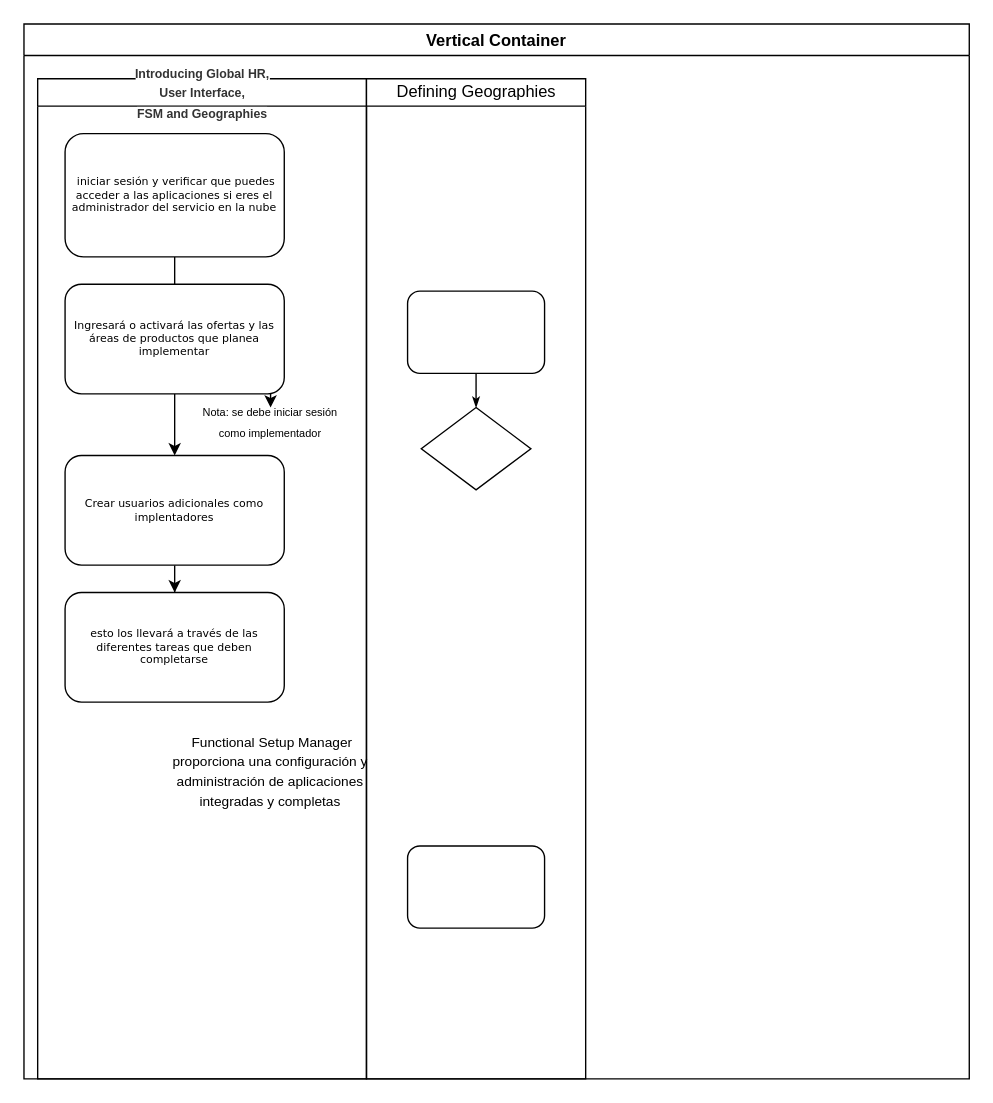
This is page "Page-2" (2 of 4) of Untitled Diagram.drawio from anaelymonroy/node-nov, a draw.io file, before an edit. Source tidied: cells renumbered, new cells numbered last; positions are measured from the earlier drawing's top-left corner, leaving out a move shared by most shapes. Both pictures are drawn from the tidied source at 137%, with x=0, y=0 at pixel (23, 23).
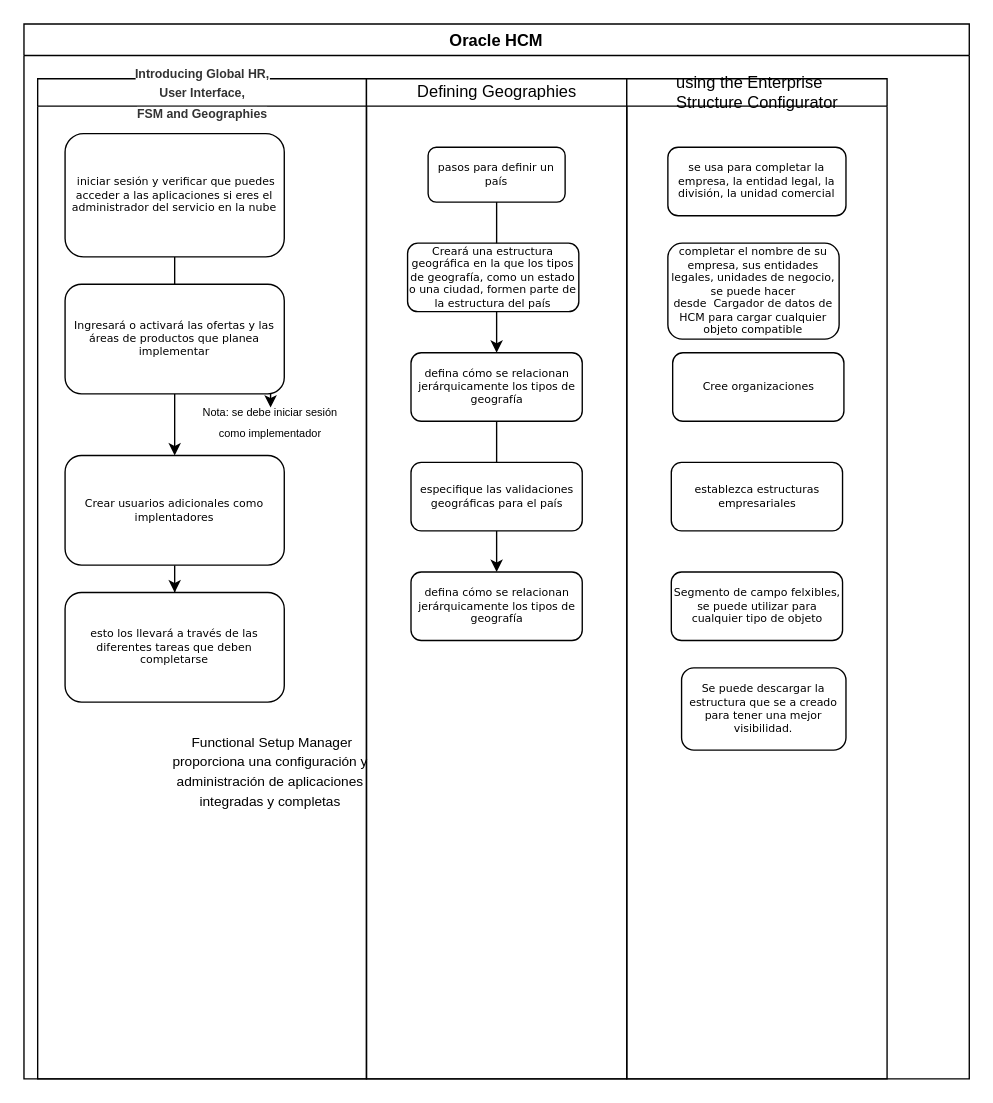
Above is the later version.

What changed in the source:
```diff
@@
-    <mxCell id="2" value="Vertical Container" style="swimlane;" parent="1" vertex="1">
+    <mxCell id="2" value="Oracle HCM" style="swimlane;" parent="1" vertex="1">
       <mxGeometry width="690" height="770" as="geometry" />
     </mxCell>
@@
     <mxCell id="13" value="&lt;span style=&quot;font-weight: 400 ; text-align: left&quot;&gt;Defining Geographies&lt;/span&gt;" style="swimlane;html=1;startSize=20;" parent="2" vertex="1">
-      <mxGeometry x="250" y="40" width="160" height="730" as="geometry" />
+      <mxGeometry x="250" y="40" width="190" height="730" as="geometry" />
     </mxCell>
+    <mxCell id="18" style="edgeStyle=orthogonalEdgeStyle;rounded=0;jettySize=auto;html=1;" parent="13" edge="1" source="14" target="21">
+      <mxGeometry relative="1" as="geometry" />
+    </mxCell>
-    <mxCell id="14" style="rounded=1;whiteSpace=wrap;html=1;shadow=0;labelBackgroundColor=none;strokeWidth=1;fontFamily=Verdana;fontSize=8;align=center;" parent="13" vertex="1">
-      <mxGeometry x="30" y="155" width="100" height="60" as="geometry" />
+    <mxCell id="14" value="pasos para definir un país" style="rounded=1;whiteSpace=wrap;html=1;shadow=0;labelBackgroundColor=none;strokeWidth=1;fontFamily=Verdana;fontSize=8;align=center;" parent="13" vertex="1">
+      <mxGeometry x="45" y="50" width="100" height="40" as="geometry" />
     </mxCell>
-    <mxCell id="15" style="rhombus;whiteSpace=wrap;html=1;rounded=0;shadow=0;labelBackgroundColor=none;strokeWidth=1;fontFamily=Verdana;fontSize=8;align=center;" parent="13" vertex="1">
-      <mxGeometry x="40" y="240" width="80" height="60" as="geometry" />
-    </mxCell>
-    <mxCell id="16" style="rounded=1;whiteSpace=wrap;html=1;shadow=0;labelBackgroundColor=none;strokeWidth=1;fontFamily=Verdana;fontSize=8;align=center;" parent="13" vertex="1">
-      <mxGeometry x="30" y="560" width="100" height="60" as="geometry" />
-    </mxCell>
-    <mxCell id="17" style="edgeStyle=orthogonalEdgeStyle;rounded=1;html=1;labelBackgroundColor=none;startArrow=none;startFill=0;startSize=5;endArrow=classicThin;endFill=1;endSize=5;jettySize=auto;strokeWidth=1;fontFamily=Verdana;fontSize=8;" parent="13" edge="1" source="14" target="15">
-      <mxGeometry relative="1" as="geometry" />
-    </mxCell>
+    <mxCell id="19" value="Creará una estructura geográfica en la que los tipos de geografía, como un estado o una ciudad, formen parte de la estructura del país" style="rounded=1;whiteSpace=wrap;html=1;shadow=0;labelBackgroundColor=none;strokeWidth=1;fontFamily=Verdana;fontSize=8;align=center;" parent="13" vertex="1">
+      <mxGeometry x="30" y="120" width="125" height="50" as="geometry" />
+    </mxCell>
+    <mxCell id="20" style="edgeStyle=orthogonalEdgeStyle;rounded=0;jettySize=auto;html=1;" parent="13" edge="1" source="21" target="23">
+      <mxGeometry relative="1" as="geometry" />
+    </mxCell>
+    <mxCell id="21" value="defina cómo se relacionan jerárquicamente los tipos de geografía" style="rounded=1;whiteSpace=wrap;html=1;shadow=0;labelBackgroundColor=none;strokeWidth=1;fontFamily=Verdana;fontSize=8;align=center;" parent="13" vertex="1">
+      <mxGeometry x="32.5" y="200" width="125" height="50" as="geometry" />
+    </mxCell>
+    <mxCell id="22" value="especifique las validaciones geográficas para el país" style="rounded=1;whiteSpace=wrap;html=1;shadow=0;labelBackgroundColor=none;strokeWidth=1;fontFamily=Verdana;fontSize=8;align=center;" parent="13" vertex="1">
+      <mxGeometry x="32.5" y="280" width="125" height="50" as="geometry" />
+    </mxCell>
+    <mxCell id="23" value="defina cómo se relacionan jerárquicamente los tipos de geografía" style="rounded=1;whiteSpace=wrap;html=1;shadow=0;labelBackgroundColor=none;strokeWidth=1;fontFamily=Verdana;fontSize=8;align=center;" parent="13" vertex="1">
+      <mxGeometry x="32.5" y="360" width="125" height="50" as="geometry" />
+    </mxCell>
+    <mxCell id="24" value="Se puede descargar la estructura que se a creado para tener una mejor visibilidad." style="rounded=1;whiteSpace=wrap;html=1;shadow=0;labelBackgroundColor=none;strokeWidth=1;fontFamily=Verdana;fontSize=8;align=center;" parent="2" vertex="1">
+      <mxGeometry x="480" y="470" width="120" height="60" as="geometry" />
+    </mxCell>
+    <mxCell id="25" value="&lt;div style=&quot;text-align: left&quot;&gt;&lt;span style=&quot;font-weight: 400&quot;&gt;using the Enterprise&amp;nbsp;&lt;/span&gt;&lt;/div&gt;&lt;div style=&quot;text-align: left&quot;&gt;&lt;span style=&quot;font-weight: 400&quot;&gt;Structure Configurator&lt;/span&gt;&lt;/div&gt;" style="swimlane;html=1;startSize=20;" parent="1" vertex="1">
+      <mxGeometry x="440" y="40" width="190" height="730" as="geometry" />
+    </mxCell>
+    <mxCell id="26" value="se usa para completar la empresa, la entidad legal, la división, la unidad comercial" style="rounded=1;whiteSpace=wrap;html=1;shadow=0;labelBackgroundColor=none;strokeWidth=1;fontFamily=Verdana;fontSize=8;align=center;" parent="25" vertex="1">
+      <mxGeometry x="30" y="50" width="130" height="50" as="geometry" />
+    </mxCell>
+    <mxCell id="27" value="completar el nombre de su empresa, sus entidades legales, unidades de negocio, se puede hacer desde&amp;nbsp;&amp;nbsp;Cargador de datos de HCM para cargar cualquier objeto compatible" style="rounded=1;whiteSpace=wrap;html=1;shadow=0;labelBackgroundColor=none;strokeWidth=1;fontFamily=Verdana;fontSize=8;align=center;" parent="25" vertex="1">
+      <mxGeometry x="30" y="120" width="125" height="70" as="geometry" />
+    </mxCell>
+    <mxCell id="28" value="Cree organizaciones" style="rounded=1;whiteSpace=wrap;html=1;shadow=0;labelBackgroundColor=none;strokeWidth=1;fontFamily=Verdana;fontSize=8;align=center;" parent="25" vertex="1">
+      <mxGeometry x="33.5" y="200" width="125" height="50" as="geometry" />
+    </mxCell>
+    <mxCell id="29" value="establezca estructuras empresariales" style="rounded=1;whiteSpace=wrap;html=1;shadow=0;labelBackgroundColor=none;strokeWidth=1;fontFamily=Verdana;fontSize=8;align=center;" parent="25" vertex="1">
+      <mxGeometry x="32.5" y="280" width="125" height="50" as="geometry" />
+    </mxCell>
+    <mxCell id="30" value="Segmento de campo felxibles, se puede utilizar para cualquier tipo de objeto" style="rounded=1;whiteSpace=wrap;html=1;shadow=0;labelBackgroundColor=none;strokeWidth=1;fontFamily=Verdana;fontSize=8;align=center;" parent="25" vertex="1">
+      <mxGeometry x="32.5" y="360" width="125" height="50" as="geometry" />
+    </mxCell>
```
